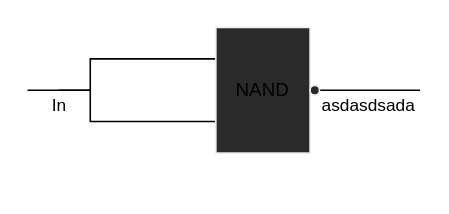
The draw.io diagram projects/01/And.drawio in hpr1999/NAND2Tetris, before the edit. Source tidied: cells renumbered, new cells numbered last; positions are measured from the earlier drawing's top-left corner, leaving out a move shared by most shapes. Both pictures are drawn from the tidied source at 157%, with x=0, y=0 at pixel (27, 27).
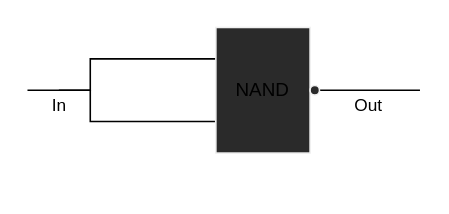
The same page after the edit.

The edit, as a diff of the source:
```diff
@@
 <mxGraphModel>
   <root>
     <mxCell id="0" />
     <mxCell id="1" parent="0" />
     <mxCell id="2" style="edgeStyle=elbowEdgeStyle;rounded=0;jettySize=auto;html=1;endArrow=none;endFill=0;" parent="1" edge="1" source="5">
       <mxGeometry relative="1" as="geometry">
         <mxPoint y="40" as="targetPoint" />
         <Array as="points">
           <mxPoint x="40" y="20" />
           <mxPoint x="80" y="20" />
           <mxPoint x="40" y="30" />
           <mxPoint x="70" y="30" />
           <mxPoint x="100" y="10" />
         </Array>
       </mxGeometry>
     </mxCell>
     <mxCell id="3" value="In" style="edgeStyle=elbowEdgeStyle;rounded=0;jettySize=auto;html=1;endArrow=none;endFill=0;exitX=-0.009;exitY=0.748;exitDx=0;exitDy=0;exitPerimeter=0;" parent="1" edge="1" source="5">
       <mxGeometry x="1" y="10" relative="1" as="geometry">
         <mxPoint x="20" y="40" as="targetPoint" />
         <Array as="points">
           <mxPoint x="40" y="50" />
         </Array>
       </mxGeometry>
     </mxCell>
-    <mxCell id="4" value="asdasdsada&lt;br&gt;" style="edgeStyle=elbowEdgeStyle;rounded=0;jettySize=auto;html=1;exitX=1;exitY=0.5;exitDx=0;exitDy=0;exitPerimeter=0;endArrow=none;endFill=0;" parent="1" edge="1" source="5">
+    <mxCell id="4" value="Out" style="edgeStyle=elbowEdgeStyle;rounded=0;jettySize=auto;html=1;exitX=1;exitY=0.5;exitDx=0;exitDy=0;exitPerimeter=0;endArrow=none;endFill=0;" parent="1" edge="1" source="5">
       <mxGeometry x="0.01" y="-10" relative="1" as="geometry">
         <mxPoint x="250" y="40" as="targetPoint" />
         <mxPoint x="-1" as="offset" />
       </mxGeometry>
     </mxCell>
     <mxCell id="5" value="&lt;br&gt;" style="verticalLabelPosition=bottom;shadow=0;dashed=0;align=center;html=1;verticalAlign=top;shape=mxgraph.electrical.iec_logic_gates.nand;fontFamily=Helvetica;fontSize=12;fontColor=#F0F0F0;strokeColor=#f0f0f0;fillColor=#2a2a2a;" parent="1" vertex="1">
       <mxGeometry x="120" width="66" height="80" as="geometry" />
     </mxCell>
   </root>
 </mxGraphModel>
```
